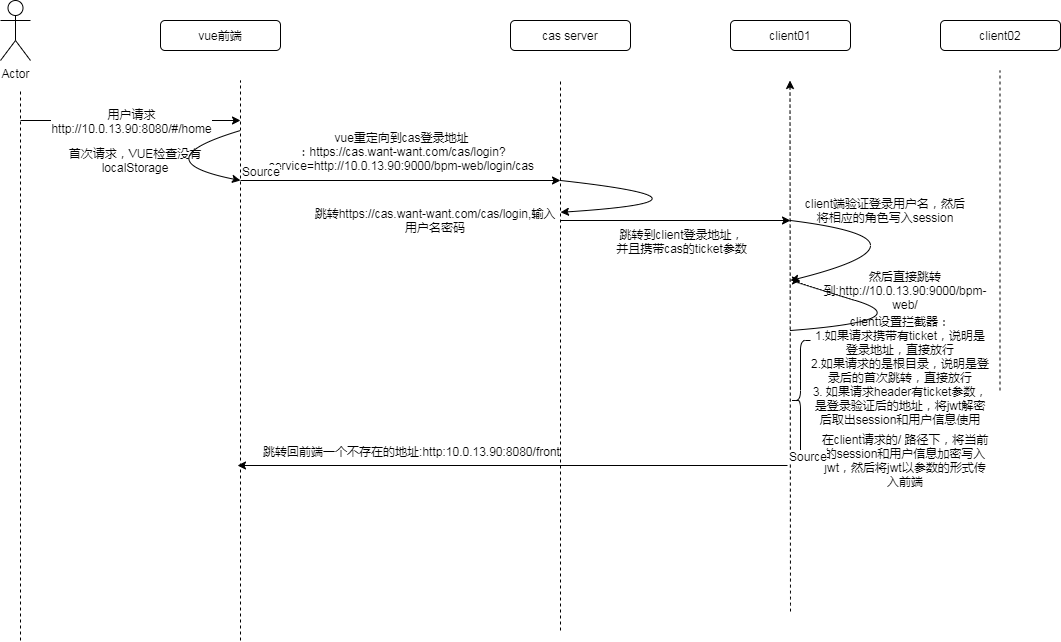
Before: BPM CAS流程图.png, a diagram exported from draw.io (daofuzhang/demo). Source tidied: cells renumbered, new cells last; positions are measured from the earlier drawing's top-left corner, leaving out a move shared by most shapes.
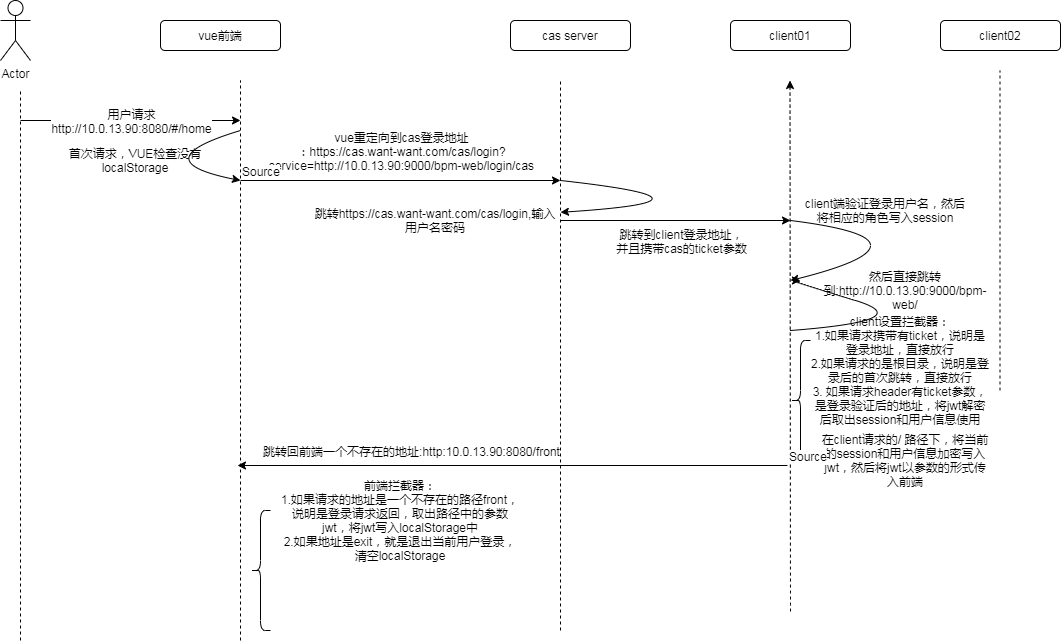
The same diagram one commit later.

Diff of the diagram source:
```diff
@@ -153,5 +153,11 @@
     <mxCell id="32" value="Source" style="edgeLabel;html=1;align=left;verticalAlign=bottom;" parent="30" vertex="1">
       <mxGeometry x="-1" relative="1" as="geometry" />
     </mxCell>
+    <mxCell id="33" style="shape=curlyBracket;whiteSpace=wrap;html=1;rounded=1;" parent="1" vertex="1">
+      <mxGeometry x="250" y="510" width="20" height="120" as="geometry" />
+    </mxCell>
+    <mxCell id="34" value="前端拦截器：&lt;br&gt;1.如果请求的地址是一个不存在的路径front，说明是登录请求返回，取出路径中的参数jwt，将jwt写入localStorage中&lt;br&gt;2.如果地址是exit，就是退出当前用户登录，清空localStorage" style="text;html=1;strokeColor=none;fillColor=none;align=center;verticalAlign=middle;whiteSpace=wrap;rounded=0;" parent="1" vertex="1">
+      <mxGeometry x="280" y="510" width="240" height="20" as="geometry" />
+    </mxCell>
   </root>
 </mxGraphModel>
```
